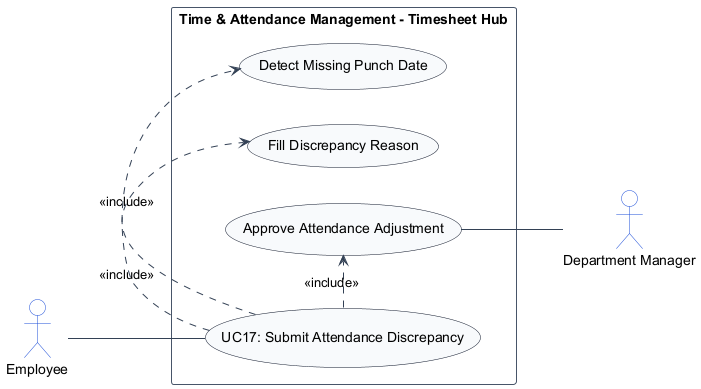
Before: usecase_images/UC17.png, a diagram exported from PlantUML (TamBui1706/HRPlatform).
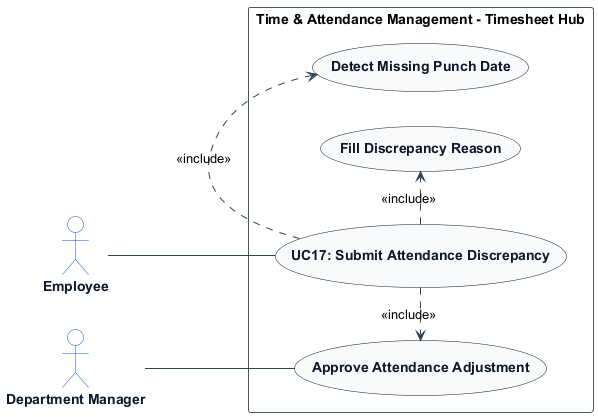
After the change.

What changed in the source:
```diff
@@ -7,8 +7,14 @@
 skinparam ArrowColor #334155
 skinparam ActorBorderColor #1d4ed8
 skinparam ActorBackgroundColor #ffffff
+skinparam ActorFontColor #0f172a
+skinparam ActorFontStyle bold
+
 skinparam UsecaseBorderColor #0f172a
 skinparam UsecaseBackgroundColor #f8fafc
+skinparam UsecaseFontColor #0f172a
+skinparam UsecaseFontStyle bold
+
 skinparam RectangleBorderColor #475569
 skinparam RectangleBackgroundColor #ffffff
 
@@ -22,9 +28,9 @@
     usecase "Approve Attendance Adjustment" as UC_ApproveDisc
 
     Employee -- UC_Main
+    DepartmentManager -- UC_ApproveDisc
     UC_Main .> UC_DetectMissing : <<include>>
     UC_Main .> UC_FillReason : <<include>>
     UC_Main .> UC_ApproveDisc : <<include>>
-    UC_ApproveDisc -- DepartmentManager
 }
 @enduml
```
